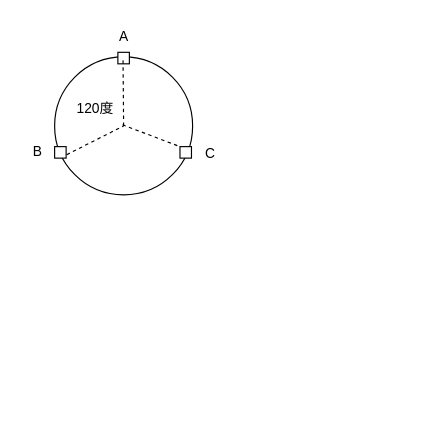
The draw.io diagram 伺服系统中位置传感器介绍.drawio in Vinson-001/Blog-flow-chart, before the edit. Source tidied: cells renumbered, new cells numbered last; positions are measured from the earlier drawing's top-left corner, leaving out a move shared by most shapes. Both pictures are drawn from the tidied source at 115%, with x=0, y=0 at pixel (20, 20).
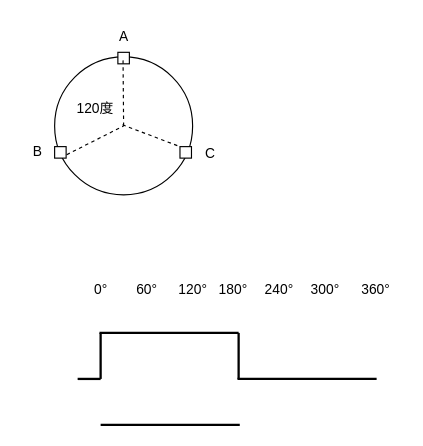
After the change.

Commit message (it also covers changes not shown here):
更新伺服系统中位置传感器介绍.drawio

What changed in the source:
```diff
@@
+    <mxCell id="13" style="endArrow=none;html=1;rounded=0;strokeWidth=2;" parent="1" edge="1">
+      <mxGeometry relative="1" as="geometry">
+        <mxPoint x="50" y="312" as="sourcePoint" />
+        <mxPoint x="70" y="312" as="targetPoint" />
+      </mxGeometry>
+    </mxCell>
+    <mxCell id="14" style="endArrow=none;html=1;rounded=0;strokeWidth=2;" parent="1" edge="1">
+      <mxGeometry relative="1" as="geometry">
+        <mxPoint x="70" y="312" as="sourcePoint" />
+        <mxPoint x="70" y="272" as="targetPoint" />
+      </mxGeometry>
+    </mxCell>
+    <mxCell id="15" style="endArrow=none;html=1;rounded=0;strokeWidth=2;" parent="1" edge="1">
+      <mxGeometry relative="1" as="geometry">
+        <mxPoint x="69" y="272" as="sourcePoint" />
+        <mxPoint x="190" y="272" as="targetPoint" />
+      </mxGeometry>
+    </mxCell>
+    <mxCell id="16" style="endArrow=none;html=1;rounded=0;strokeWidth=2;" parent="1" edge="1">
+      <mxGeometry relative="1" as="geometry">
+        <mxPoint x="190" y="312" as="sourcePoint" />
+        <mxPoint x="190" y="272" as="targetPoint" />
+      </mxGeometry>
+    </mxCell>
+    <mxCell id="17" style="endArrow=none;html=1;rounded=0;strokeWidth=2;" parent="1" edge="1">
+      <mxGeometry relative="1" as="geometry">
+        <mxPoint x="189" y="312" as="sourcePoint" />
+        <mxPoint x="310" y="312" as="targetPoint" />
+      </mxGeometry>
+    </mxCell>
+    <mxCell id="18" value="0°" style="text;html=1;align=center;verticalAlign=middle;strokeColor=none;fillColor=none;" parent="1" vertex="1">
+      <mxGeometry x="55" y="220" width="30" height="30" as="geometry" />
+    </mxCell>
+    <mxCell id="19" value="60°" style="text;html=1;align=center;verticalAlign=middle;strokeColor=none;fillColor=none;" parent="1" vertex="1">
+      <mxGeometry x="90" y="220" width="40" height="30" as="geometry" />
+    </mxCell>
+    <mxCell id="20" value="120°" style="text;html=1;align=center;verticalAlign=middle;strokeColor=none;fillColor=none;" parent="1" vertex="1">
+      <mxGeometry x="125" y="220" width="50" height="30" as="geometry" />
+    </mxCell>
+    <mxCell id="21" value="180°" style="text;html=1;align=center;verticalAlign=middle;strokeColor=none;fillColor=none;" parent="1" vertex="1">
+      <mxGeometry x="160" y="220" width="50" height="30" as="geometry" />
+    </mxCell>
+    <mxCell id="22" value="240°" style="text;html=1;align=center;verticalAlign=middle;strokeColor=none;fillColor=none;" parent="1" vertex="1">
+      <mxGeometry x="200" y="220" width="50" height="30" as="geometry" />
+    </mxCell>
+    <mxCell id="23" value="300°" style="text;html=1;align=center;verticalAlign=middle;strokeColor=none;fillColor=none;" parent="1" vertex="1">
+      <mxGeometry x="240" y="220" width="50" height="30" as="geometry" />
+    </mxCell>
+    <mxCell id="24" value="360°" style="text;html=1;align=center;verticalAlign=middle;strokeColor=none;fillColor=none;" parent="1" vertex="1">
+      <mxGeometry x="284" y="220" width="50" height="30" as="geometry" />
+    </mxCell>
+    <mxCell id="25" style="endArrow=none;html=1;rounded=0;strokeWidth=2;" parent="1" edge="1">
+      <mxGeometry relative="1" as="geometry">
+        <mxPoint x="70" y="352" as="sourcePoint" />
+        <mxPoint x="191" y="352" as="targetPoint" />
+      </mxGeometry>
+    </mxCell>
```
